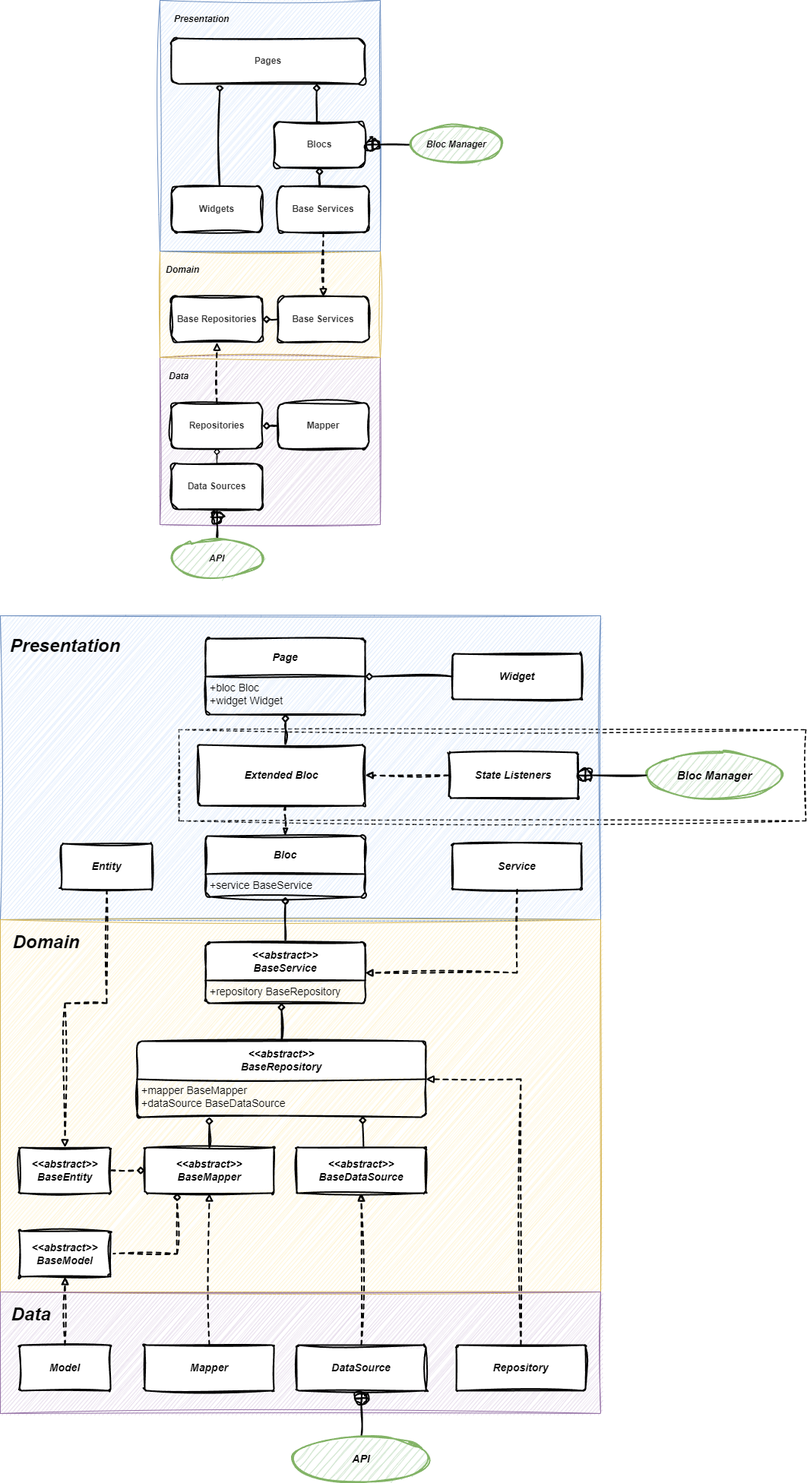
Earlier version of the draw.io export architecture.drawio.png (hamed-rezaee/flutter_component_architecture_poc). Source tidied: cells renumbered, new cells last; positions are measured from the earlier drawing's top-left corner, leaving out a move shared by most shapes.
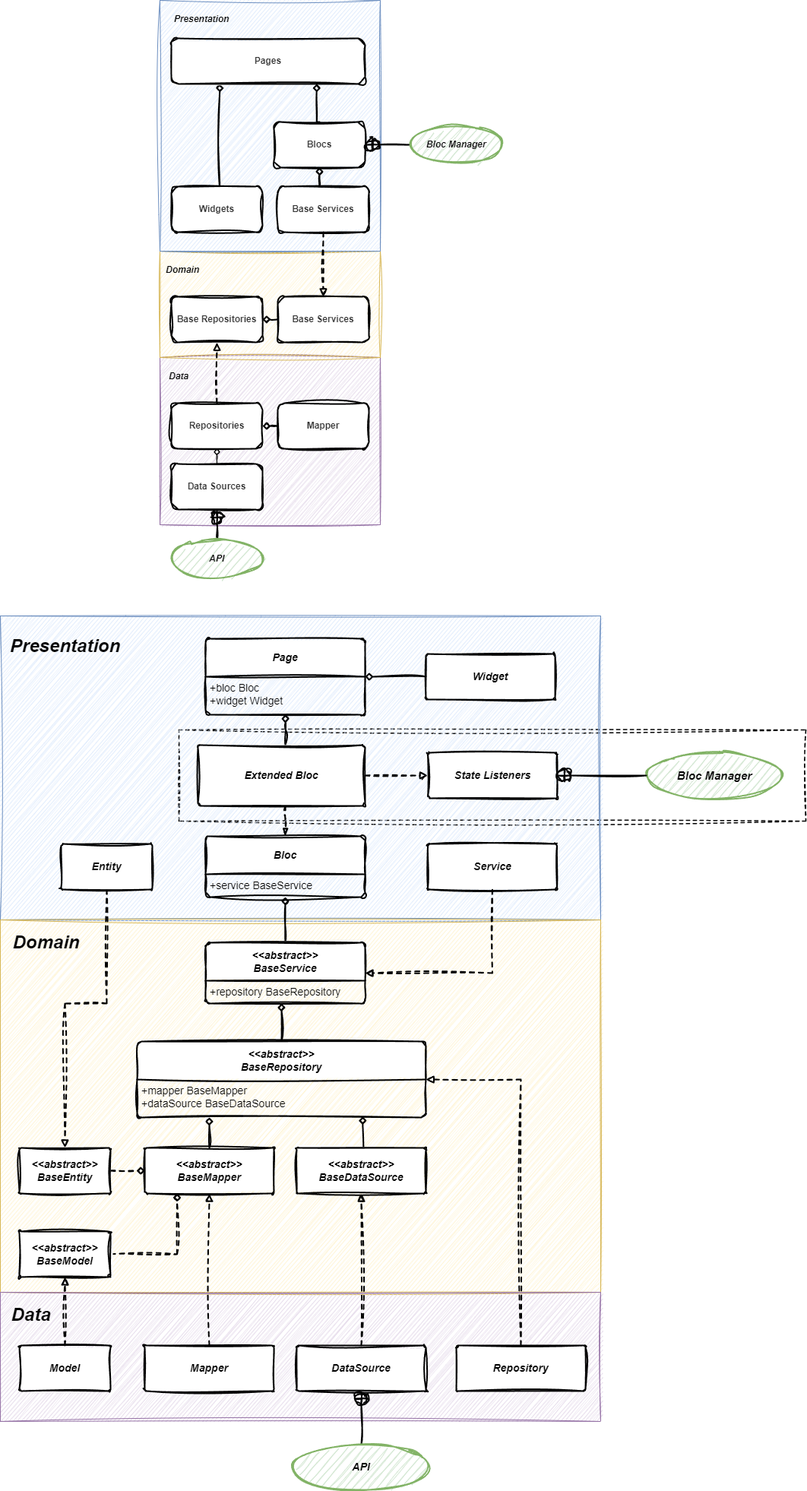
After the commit.

The edit, as a diff of the source:
```diff
@@ -92,7 +92,7 @@
       <mxGeometry y="1210" width="790" height="490" as="geometry" />
     </mxCell>
     <mxCell id="29" style="rounded=0;whiteSpace=wrap;html=1;fillColor=#e1d5e7;strokeColor=#9673a6;sketch=1;curveFitting=1;jiggle=2;" parent="1" vertex="1">
-      <mxGeometry y="1700" width="790" height="160" as="geometry" />
+      <mxGeometry y="1700" width="790" height="170" as="geometry" />
     </mxCell>
     <mxCell id="30" style="edgeStyle=orthogonalEdgeStyle;rounded=0;jettySize=auto;html=1;exitX=1;exitY=0.5;exitDx=0;exitDy=0;entryX=0.25;entryY=1;entryDx=0;entryDy=0;endArrow=diamond;endFill=0;sketch=1;curveFitting=1;jiggle=2;dashed=1;strokeWidth=2;" parent="1" edge="1" source="31" target="35">
       <mxGeometry relative="1" as="geometry" />
@@ -171,7 +171,7 @@
       <mxGeometry relative="1" as="geometry" />
     </mxCell>
     <mxCell id="51" value="&lt;b&gt;&lt;i&gt;&lt;font style=&quot;font-size: 14px;&quot;&gt;Service&lt;br&gt;&lt;/font&gt;&lt;/i&gt;&lt;/b&gt;" style="rounded=1;whiteSpace=wrap;html=1;sketch=1;curveFitting=1;jiggle=2;fontSize=14;fontStyle=0;startSize=50;strokeWidth=2;shadow=0;dashed=0;arcSize=4;" parent="1" vertex="1">
-      <mxGeometry x="595" y="1110" width="170" height="60" as="geometry" />
+      <mxGeometry x="562.5" y="1110" width="170" height="60" as="geometry" />
     </mxCell>
     <mxCell id="52" value="&lt;b&gt;&lt;i&gt;Bloc&lt;/i&gt;&lt;/b&gt;" style="swimlane;horizontal=1;startSize=50;rounded=1;fontSize=14;fontStyle=0;strokeWidth=2;shadow=0;dashed=0;align=center;arcSize=4;whiteSpace=wrap;html=1;sketch=1;curveFitting=1;jiggle=2;" parent="1" vertex="1">
       <mxGeometry x="270" y="1100" width="210" height="80" as="geometry" />
@@ -183,7 +183,7 @@
       <mxGeometry relative="1" as="geometry" />
     </mxCell>
     <mxCell id="55" value="&lt;b&gt;&lt;i&gt;&lt;font style=&quot;font-size: 14px;&quot;&gt;Widget&lt;br&gt;&lt;/font&gt;&lt;/i&gt;&lt;/b&gt;" style="rounded=1;whiteSpace=wrap;html=1;sketch=1;curveFitting=1;jiggle=2;fontSize=14;fontStyle=0;startSize=50;strokeWidth=2;shadow=0;dashed=0;arcSize=4;" parent="1" vertex="1">
-      <mxGeometry x="595" y="860" width="170" height="60" as="geometry" />
+      <mxGeometry x="560" y="860" width="170" height="60" as="geometry" />
     </mxCell>
     <mxCell id="56" value="&lt;b&gt;&lt;i&gt;Page&lt;/i&gt;&lt;/b&gt;" style="swimlane;horizontal=1;startSize=50;rounded=1;fontSize=14;fontStyle=0;strokeWidth=2;shadow=0;dashed=0;align=center;arcSize=4;whiteSpace=wrap;html=1;sketch=1;curveFitting=1;jiggle=2;" parent="1" vertex="1">
       <mxGeometry x="270" y="840" width="210" height="100" as="geometry" />
@@ -204,7 +204,7 @@
       <mxGeometry relative="1" as="geometry" />
     </mxCell>
     <mxCell id="62" value="&lt;font style=&quot;font-size: 14px;&quot;&gt;&lt;i&gt;API&lt;/i&gt;&lt;/font&gt;" style="ellipse;whiteSpace=wrap;html=1;fontStyle=1;fontSize=12;fillColor=#d5e8d4;strokeColor=#82b366;sketch=1;curveFitting=1;jiggle=2;strokeWidth=2;" parent="1" vertex="1">
-      <mxGeometry x="385" y="1890" width="180" height="60" as="geometry" />
+      <mxGeometry x="385" y="1900" width="180" height="60" as="geometry" />
     </mxCell>
     <mxCell id="63" style="edgeStyle=orthogonalEdgeStyle;rounded=0;jettySize=auto;html=1;exitX=0.5;exitY=0;exitDx=0;exitDy=0;entryX=0.5;entryY=1;entryDx=0;entryDy=0;endArrow=diamond;endFill=0;sketch=1;curveFitting=1;jiggle=2;strokeWidth=2;" parent="1" edge="1" target="57">
       <mxGeometry relative="1" as="geometry">
@@ -231,11 +231,11 @@
     <mxCell id="69" value="Base Services" style="rounded=1;whiteSpace=wrap;html=1;fillColor=#FFFFFF;fontColor=#333333;strokeColor=#000000;fontStyle=1;sketch=1;curveFitting=1;jiggle=2;strokeWidth=2;" parent="1" vertex="1">
       <mxGeometry x="365" y="245" width="120" height="60" as="geometry" />
     </mxCell>
-    <mxCell id="70" style="edgeStyle=orthogonalEdgeStyle;rounded=0;jettySize=auto;html=1;entryX=1;entryY=0.5;entryDx=0;entryDy=0;sketch=1;curveFitting=1;jiggle=2;endArrow=block;endFill=1;dashed=1;strokeWidth=2;" parent="1" edge="1" source="71" target="65">
+    <mxCell id="70" style="edgeStyle=orthogonalEdgeStyle;rounded=0;jettySize=auto;html=1;entryX=0;entryY=0.5;entryDx=0;entryDy=0;sketch=1;curveFitting=1;jiggle=2;endArrow=block;endFill=1;dashed=1;strokeWidth=2;exitX=1;exitY=0.5;exitDx=0;exitDy=0;" parent="1" edge="1" source="65" target="71">
       <mxGeometry relative="1" as="geometry" />
     </mxCell>
     <mxCell id="71" value="&lt;b&gt;&lt;i&gt;&lt;font style=&quot;font-size: 14px;&quot;&gt;State Listeners&lt;br&gt;&lt;/font&gt;&lt;/i&gt;&lt;/b&gt;" style="rounded=1;whiteSpace=wrap;html=1;sketch=1;curveFitting=1;jiggle=2;fontSize=14;fontStyle=0;startSize=50;strokeWidth=2;shadow=0;dashed=0;arcSize=4;" parent="1" vertex="1">
-      <mxGeometry x="590" y="990" width="170" height="60" as="geometry" />
+      <mxGeometry x="562.5" y="990" width="170" height="60" as="geometry" />
     </mxCell>
     <mxCell id="72" style="edgeStyle=orthogonalEdgeStyle;rounded=0;jettySize=auto;html=1;exitX=0;exitY=0.5;exitDx=0;exitDy=0;endArrow=circlePlus;endFill=0;sketch=1;curveFitting=1;jiggle=2;entryX=1;entryY=0.5;entryDx=0;entryDy=0;strokeWidth=2;" parent="1" edge="1" source="67" target="71">
       <mxGeometry relative="1" as="geometry" />
```
